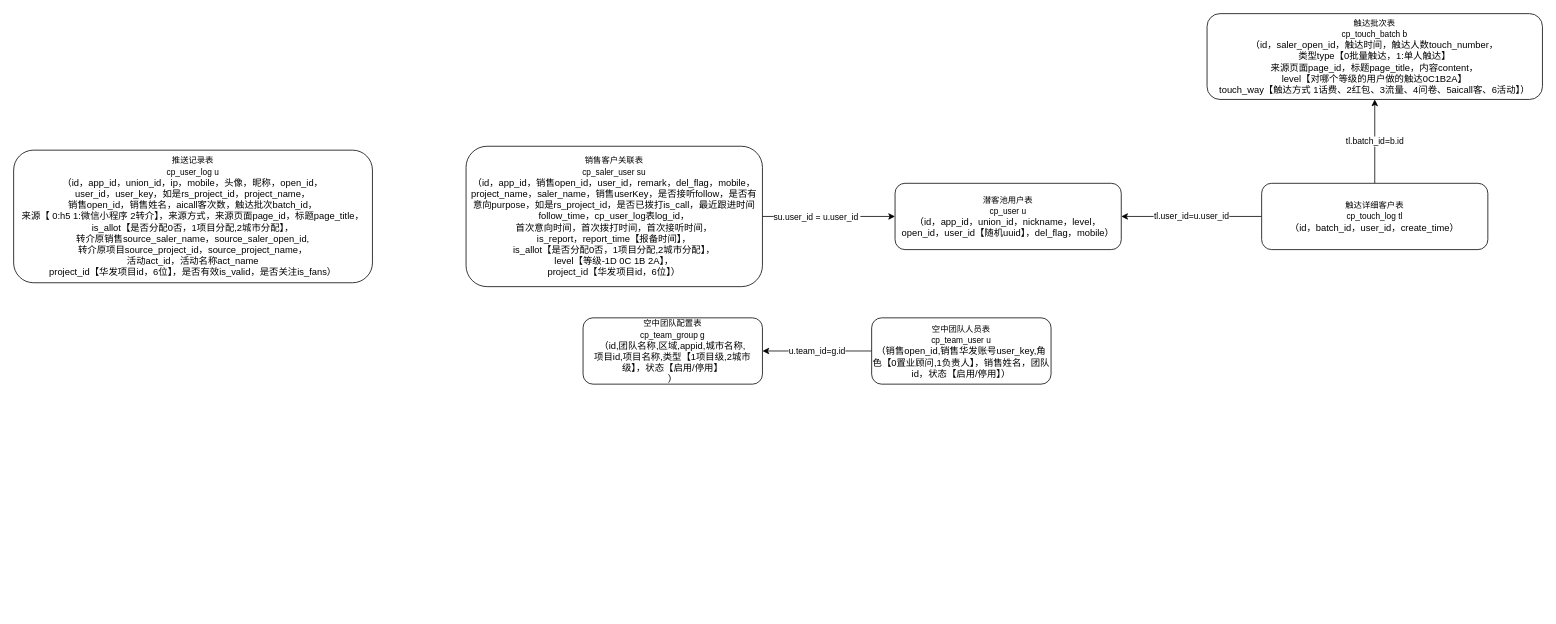
Above: page "潜客池" (2 of 2) of 移动案场.drawio in juesuchen/diagrams (draw.io), before the change. Source tidied: cells renumbered, new cells numbered last; positions are measured from the earlier drawing's top-left corner, leaving out a move shared by most shapes. Both pictures are drawn from the tidied source at 78%, with x=0, y=0 at pixel (13, 13).
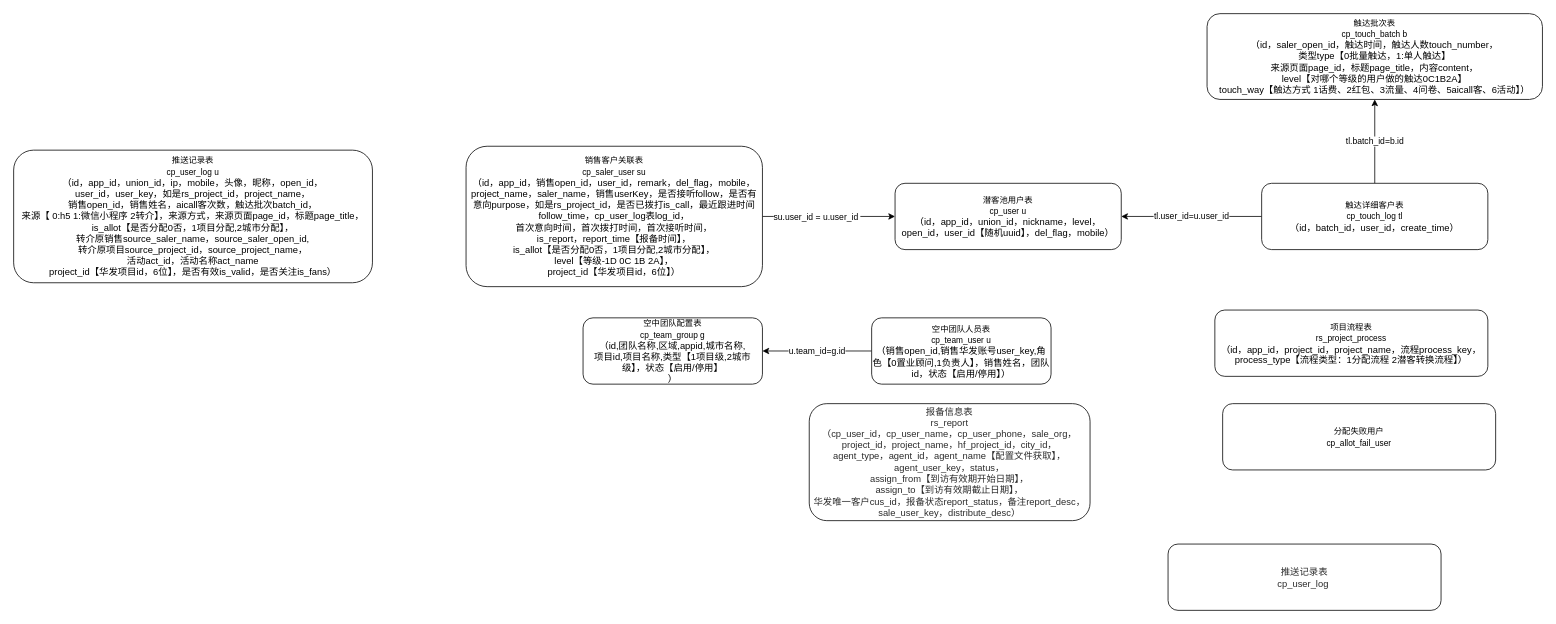
The same diagram, later.

Commit message:
更新移动案场.drawio

Diff of the diagram source:
```diff
@@
 <mxGraphModel>
   <root>
     <mxCell id="0" />
     <mxCell id="1" parent="0" />
     <mxCell id="2" value="&lt;span style=&quot;font-size: 10.6667px&quot;&gt;空中团队配置表&lt;br&gt;&lt;/span&gt;&lt;span style=&quot;font-size: 8pt&quot;&gt;cp_team_group g&lt;/span&gt;&lt;br&gt;（id,团队名称,区域,appid,城市名称,&lt;br&gt;项目id,项目名称,类型【1项目级,2城市级】，状态【启用/停用】&lt;br&gt;）" style="rounded=1;whiteSpace=wrap;html=1;" parent="1" vertex="1">
       <mxGeometry x="730" y="390" width="230" height="85" as="geometry" />
     </mxCell>
     <mxCell id="3" value="u.team_id=g.id" style="edgeStyle=orthogonalEdgeStyle;rounded=0;jettySize=auto;html=1;entryX=1;entryY=0.5;entryDx=0;entryDy=0;" parent="1" edge="1" source="4" target="2">
       <mxGeometry relative="1" as="geometry" />
     </mxCell>
     <mxCell id="4" value="&lt;span style=&quot;font-size: 10.6667px&quot;&gt;空中团队人员表&lt;/span&gt;&lt;br&gt;&lt;span style=&quot;font-size: 8pt&quot;&gt;cp_team_user u&lt;/span&gt;&lt;br&gt;（销售open_id,销售华发账号user_key,角色【0置业顾问,1负责人】，销售姓名，团队id，状态【启用/停用】）" style="rounded=1;whiteSpace=wrap;html=1;" parent="1" vertex="1">
       <mxGeometry x="1100" y="390" width="230" height="85" as="geometry" />
     </mxCell>
     <mxCell id="5" value="&lt;span style=&quot;font-size: 10.6667px&quot;&gt;潜客池用户表&lt;br&gt;&lt;/span&gt;&lt;span style=&quot;font-size: 8pt&quot;&gt;cp_user u&lt;/span&gt;&lt;br&gt;（id，app_id，union_id，nickname，level，open_id，user_id【随机uuid】，del_flag，mobile）" style="rounded=1;whiteSpace=wrap;html=1;" parent="1" vertex="1">
       <mxGeometry x="1130" y="217.5" width="290" height="85" as="geometry" />
     </mxCell>
     <mxCell id="6" style="edgeStyle=orthogonalEdgeStyle;rounded=0;jettySize=auto;html=1;" parent="1" edge="1" source="8" target="5">
       <mxGeometry relative="1" as="geometry" />
     </mxCell>
     <mxCell id="7" value="su.user_id = u.user_id&amp;nbsp;" style="edgeLabel;html=1;align=center;verticalAlign=middle;" parent="6" vertex="1">
       <mxGeometry x="0.14" y="1" relative="1" as="geometry">
         <mxPoint x="-28" y="1" as="offset" />
       </mxGeometry>
     </mxCell>
     <mxCell id="8" value="&lt;span style=&quot;font-size: 10.6667px&quot;&gt;销售客户关联表&lt;br&gt;cp_saler_user&lt;/span&gt;&lt;span style=&quot;font-size: 8pt&quot;&gt;&amp;nbsp;su&lt;/span&gt;&lt;br&gt;（id，app_id，销售open_id，user_id，remark，del_flag，mobile，project_name，saler_name，销售userKey，是否接听follow，是否有意向purpose，如是rs_project_id，是否已拨打is_call，最近跟进时间follow_time，cp_user_log表log_id，&lt;br&gt;首次意向时间，首次拨打时间，首次接听时间，&lt;br&gt;is_report，report_time【报备时间】，&lt;br&gt;is_allot【是否分配0否，1项目分配,2城市分配】，&lt;br&gt;level【等级-1D 0C 1B 2A】，&lt;br&gt;project_id【华发项目id，6位】）" style="rounded=1;whiteSpace=wrap;html=1;" parent="1" vertex="1">
       <mxGeometry x="580" y="170" width="380" height="180" as="geometry" />
     </mxCell>
     <mxCell id="9" value="&lt;span style=&quot;font-size: 10.6667px&quot;&gt;推送记录表&lt;/span&gt;&lt;br&gt;&lt;span style=&quot;font-size: 10.6667px&quot;&gt;cp_user_log&lt;/span&gt;&lt;span style=&quot;font-size: 8pt&quot;&gt;&amp;nbsp;u&lt;/span&gt;&lt;br&gt;（id，app_id，union_id，ip，mobile，头像，昵称，open_id，&lt;br&gt;user_id，user_key，如是rs_project_id，project_name，&lt;br&gt;销售open_id，销售姓名，aicall客次数，触达批次batch_id，&lt;br&gt;来源【 0:h5 1:微信小程序 2转介】，来源方式，来源页面page_id，标题page_title，&lt;br&gt;is_allot【是否分配0否，1项目分配,2城市分配】，&lt;br&gt;转介原销售source_saler_name，source_saler_open_id,&lt;br&gt;转介原项目source_project_id，source_project_name，&lt;br&gt;活动act_id，活动名称act_name&lt;br&gt;project_id【华发项目id，6位】，是否有效is_valid，是否关注is_fans）" style="rounded=1;whiteSpace=wrap;html=1;" parent="1" vertex="1">
       <mxGeometry y="175" width="460" height="170" as="geometry" />
     </mxCell>
     <mxCell id="10" value="tl.batch_id=b.id" style="edgeStyle=orthogonalEdgeStyle;rounded=0;jettySize=auto;html=1;" parent="1" edge="1" source="12" target="13">
       <mxGeometry relative="1" as="geometry" />
     </mxCell>
     <mxCell id="11" value="tl.user_id=u.user_id" style="edgeStyle=orthogonalEdgeStyle;rounded=0;jettySize=auto;html=1;" parent="1" edge="1" source="12" target="5">
       <mxGeometry relative="1" as="geometry" />
     </mxCell>
     <mxCell id="12" value="&lt;span style=&quot;font-size: 10.6667px&quot;&gt;触达详细客户表&lt;/span&gt;&lt;br&gt;&lt;span style=&quot;font-size: 8pt&quot;&gt;cp_touch_log tl&lt;/span&gt;&lt;br&gt;（id，batch_id，user_id，create_time）" style="rounded=1;whiteSpace=wrap;html=1;" parent="1" vertex="1">
       <mxGeometry x="1600" y="217.5" width="290" height="85" as="geometry" />
     </mxCell>
     <mxCell id="13" value="&lt;span style=&quot;font-size: 10.6667px&quot;&gt;触达批次表&lt;/span&gt;&lt;br&gt;&lt;span style=&quot;font-size: 8pt&quot;&gt;cp_touch_batch b&lt;/span&gt;&lt;br&gt;（id，saler_open_id，触达时间，触达人数touch_number，&lt;br&gt;类型type【0批量触达，1:单人触达】&lt;br&gt;来源页面page_id，标题page_title，内容content，&lt;br&gt;level【对哪个等级的用户做的触达0C1B2A】&lt;br&gt;touch_way【触达方式 1话费、2红包、3流量、4问卷、5aicall客、6活动】）" style="rounded=1;whiteSpace=wrap;html=1;" parent="1" vertex="1">
       <mxGeometry x="1530" width="430" height="110" as="geometry" />
     </mxCell>
+    <mxCell id="14" value="&lt;span style=&quot;font-size: 10.6667px&quot;&gt;项目流程表&lt;br&gt;rs_project_process&lt;/span&gt;&lt;br&gt;（id，app_id，project_id，project_name，流程process_key，&lt;br&gt;process_type【流程类型：1分配流程 2潜客转换流程】）" style="rounded=1;whiteSpace=wrap;html=1;" parent="1" vertex="1">
+      <mxGeometry x="1540" y="380" width="350" height="85" as="geometry" />
+    </mxCell>
+    <mxCell id="15" value="&lt;span style=&quot;font-size: 10.6667px&quot;&gt;分配失败用户&lt;br&gt;cp_allot_fail_user&lt;/span&gt;" style="rounded=1;whiteSpace=wrap;html=1;" parent="1" vertex="1">
+      <mxGeometry x="1550" y="500" width="350" height="85" as="geometry" />
+    </mxCell>
+    <mxCell id="16" value="&lt;span style=&quot;color: rgb(43 , 43 , 43) ; font-family: , &amp;#34;helvetica neue&amp;#34; , &amp;#34;helvetica&amp;#34; , &amp;#34;pingfang sc&amp;#34; , &amp;#34;microsoft yahei&amp;#34; , &amp;#34;source han sans sc&amp;#34; , &amp;#34;noto sans cjk sc&amp;#34; , &amp;#34;wenquanyi micro hei&amp;#34; , sans-serif ; background-color: rgb(255 , 255 , 255)&quot;&gt;报备信息表&lt;br&gt;&lt;/span&gt;&lt;span style=&quot;background-color: rgb(255 , 255 , 255)&quot;&gt;&lt;font color=&quot;#2b2b2b&quot;&gt;rs_report&lt;/font&gt;&lt;br&gt;&lt;font color=&quot;#2b2b2b&quot;&gt;（cp_user_id，cp_user_name，cp_user_phone，sale_org，project_id，project_name，hf_project_id，city_id，&lt;br&gt;agent_type，agent_id，agent_name【配置文件获取】，&lt;br&gt;agent_user_key，status，&lt;br&gt;assign_from【到访有效期开始日期】，&lt;br&gt;assign_to【到访有效期截止日期】，&lt;br&gt;华发唯一客户cus_id，报备状态report_status，备注report_desc，sale_user_key，distribute_desc&lt;/font&gt;&lt;font color=&quot;#2b2b2b&quot;&gt;）&lt;/font&gt;&lt;br&gt;&lt;/span&gt;" style="rounded=1;whiteSpace=wrap;html=1;" parent="1" vertex="1">
+      <mxGeometry x="1020" y="500" width="360" height="150" as="geometry" />
+    </mxCell>
+    <mxCell id="17" value="&lt;span style=&quot;color: rgb(43 , 43 , 43) ; font-family: , &amp;#34;helvetica neue&amp;#34; , &amp;#34;helvetica&amp;#34; , &amp;#34;pingfang sc&amp;#34; , &amp;#34;microsoft yahei&amp;#34; , &amp;#34;source han sans sc&amp;#34; , &amp;#34;noto sans cjk sc&amp;#34; , &amp;#34;wenquanyi micro hei&amp;#34; , sans-serif ; background-color: rgb(255 , 255 , 255)&quot;&gt;推送记录表&lt;br&gt;&lt;/span&gt;&lt;span style=&quot;color: rgb(43 , 43 , 43) ; font-family: , &amp;#34;helvetica neue&amp;#34; , &amp;#34;helvetica&amp;#34; , &amp;#34;pingfang sc&amp;#34; , &amp;#34;microsoft yahei&amp;#34; , &amp;#34;source han sans sc&amp;#34; , &amp;#34;noto sans cjk sc&amp;#34; , &amp;#34;wenquanyi micro hei&amp;#34; , sans-serif ; background-color: rgb(255 , 255 , 255)&quot;&gt;cp_user_log&amp;nbsp;&lt;/span&gt;&lt;span style=&quot;color: rgb(43 , 43 , 43) ; font-family: , &amp;#34;helvetica neue&amp;#34; , &amp;#34;helvetica&amp;#34; , &amp;#34;pingfang sc&amp;#34; , &amp;#34;microsoft yahei&amp;#34; , &amp;#34;source han sans sc&amp;#34; , &amp;#34;noto sans cjk sc&amp;#34; , &amp;#34;wenquanyi micro hei&amp;#34; , sans-serif ; background-color: rgb(255 , 255 , 255)&quot;&gt;&lt;br&gt;&lt;/span&gt;" style="rounded=1;whiteSpace=wrap;html=1;" parent="1" vertex="1">
+      <mxGeometry x="1480" y="680" width="350" height="85" as="geometry" />
+    </mxCell>
   </root>
 </mxGraphModel>
```
